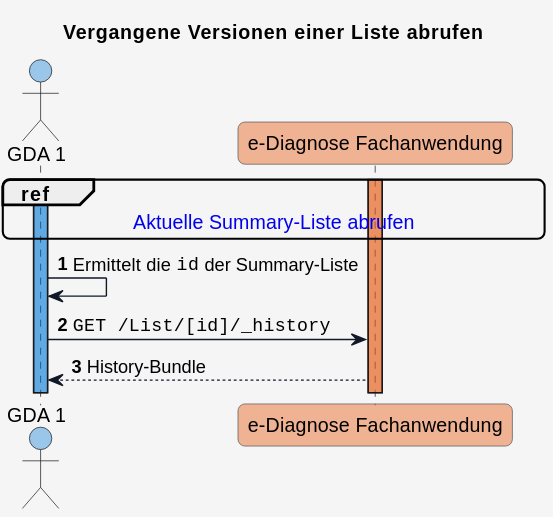
HL7Austria/ELGA-e-Diagnose-R4 keeps this PlantUML diagram as input/images/plantuml/read_summary_list_history.svg. Above is the earlier version. Its diagram source:
```plantuml
@startuml
title Vergangene Versionen einer Liste abrufen

skinparam borderColor #000000
skinparam backgroundColor #f5f5f5
skinparam shadowing false
skinparam roundCorner 10
skinparam defaultFontName "Arial"
skinparam defaultFontSize 14
skinparam defaultFontColor #000000
skinparam HyperlinkColor #0000EE
skinparam HyperlinkUnderline false
skinparam BoxPadding 20
skinparam BoxBorderColor #555555

skinparam note {
  BackgroundColor #e0e5f0-#d1d9e6
  BorderColor #8b95a5
  BorderThickness 1
  RoundCorner 0
  Padding 6
  FontColor #111827
  Shadowing false
}

skinparam HyperlinkColor #0000EE
skinparam HyperlinkUnderline false

skinparam sequence {
  ParticipantBorderColor #555555
  ParticipantBackgroundColor #ffffff
  ParticipantFontColor #000000
  ParticipantFontSize 14
  ParticipantPadding 20
  ArrowColor #111827
  ArrowThickness 1
  ArrowFontColor #000000
  ArrowFontSize 13
  GroupBorderColor #111827
  GroupBackgroundColor #eef2ff
  GroupBorderThickness 2
}

!define COLOR_GDA_1    #0078D460
!define COLOR_GDA_2    #8764B860
!define COLOR_PATIENT  #00950560
!define COLOR_APO      #00B7C360
!define COLOR_DIAG_FA  #E9713280
!define COLOR_E_REZEPT #E7485660

!define COLOR_OK       #50E6FF25
!define COLOR_ERROR    #FF8C0035

actor GDA_1 as "GDA 1" COLOR_GDA_1
participant eDiag_FA as "e-Diagnose Fachanwendung" COLOR_DIAG_FA

autonumber
activate GDA_1 COLOR_GDA_1
activate eDiag_FA COLOR_DIAG_FA

ref over GDA_1, eDiag_FA : [[use_case_01_read.html#aktuelle-summary-liste-abrufen Aktuelle Summary-Liste abrufen]]

GDA_1 -> GDA_1: Ermittelt die ""id"" der Summary-Liste

GDA_1 -> eDiag_FA: ""GET /List/[id]/_history""

eDiag_FA --> GDA_1: History-Bundle
@enduml
```
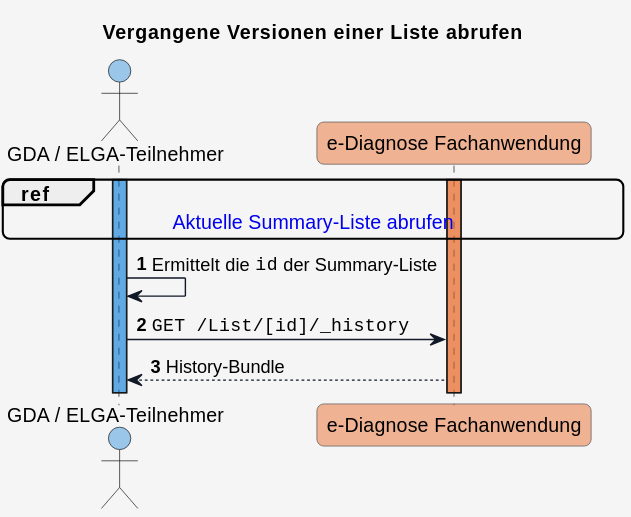
The same diagram one commit later.

What changed in the source:
```diff
@@ -41,7 +41,7 @@
   GroupBorderThickness 2
 }
 
-!define COLOR_GDA_1    #0078D460
+!define COLOR_USER_1    #0078D460
 !define COLOR_GDA_2    #8764B860
 !define COLOR_PATIENT  #00950560
 !define COLOR_APO      #00B7C360
@@ -51,18 +51,18 @@
 !define COLOR_OK       #50E6FF25
 !define COLOR_ERROR    #FF8C0035
 
-actor GDA_1 as "GDA 1" COLOR_GDA_1
+actor USER_1 as "GDA / ELGA-Teilnehmer" COLOR_USER_1
 participant eDiag_FA as "e-Diagnose Fachanwendung" COLOR_DIAG_FA
 
 autonumber
-activate GDA_1 COLOR_GDA_1
+activate USER_1 COLOR_USER_1
 activate eDiag_FA COLOR_DIAG_FA
 
-ref over GDA_1, eDiag_FA : [[use_case_01_read.html#aktuelle-summary-liste-abrufen Aktuelle Summary-Liste abrufen]]
+ref over USER_1, eDiag_FA : [[use_case_read.html#aktuelle-summary-liste-abrufen Aktuelle Summary-Liste abrufen]]
 
-GDA_1 -> GDA_1: Ermittelt die ""id"" der Summary-Liste
+USER_1 -> USER_1: Ermittelt die ""id"" der Summary-Liste
 
-GDA_1 -> eDiag_FA: ""GET /List/[id]/_history""
+USER_1 -> eDiag_FA: ""GET /List/[id]/_history""
 
-eDiag_FA --> GDA_1: History-Bundle
+eDiag_FA --> USER_1: History-Bundle
 @enduml
```
